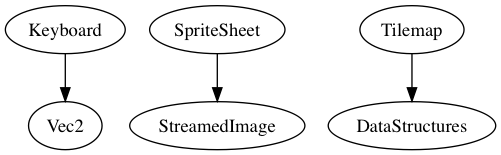
Earlier version of the Graphviz export .meta/dependencies.png (barbeque/hibachi). Its source is kept beside it as dependencies.gv.
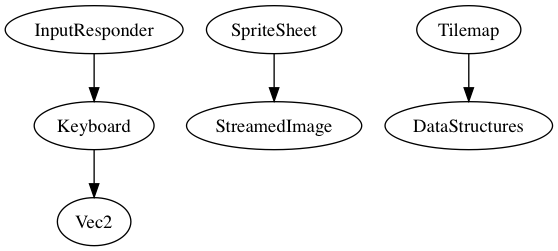
The same diagram one commit later.

The edit, as a diff of the source:
```diff
@@ -2,4 +2,5 @@
   Keyboard -> Vec2
   SpriteSheet -> StreamedImage
   Tilemap -> DataStructures
+  InputResponder -> Keyboard
 }
```
